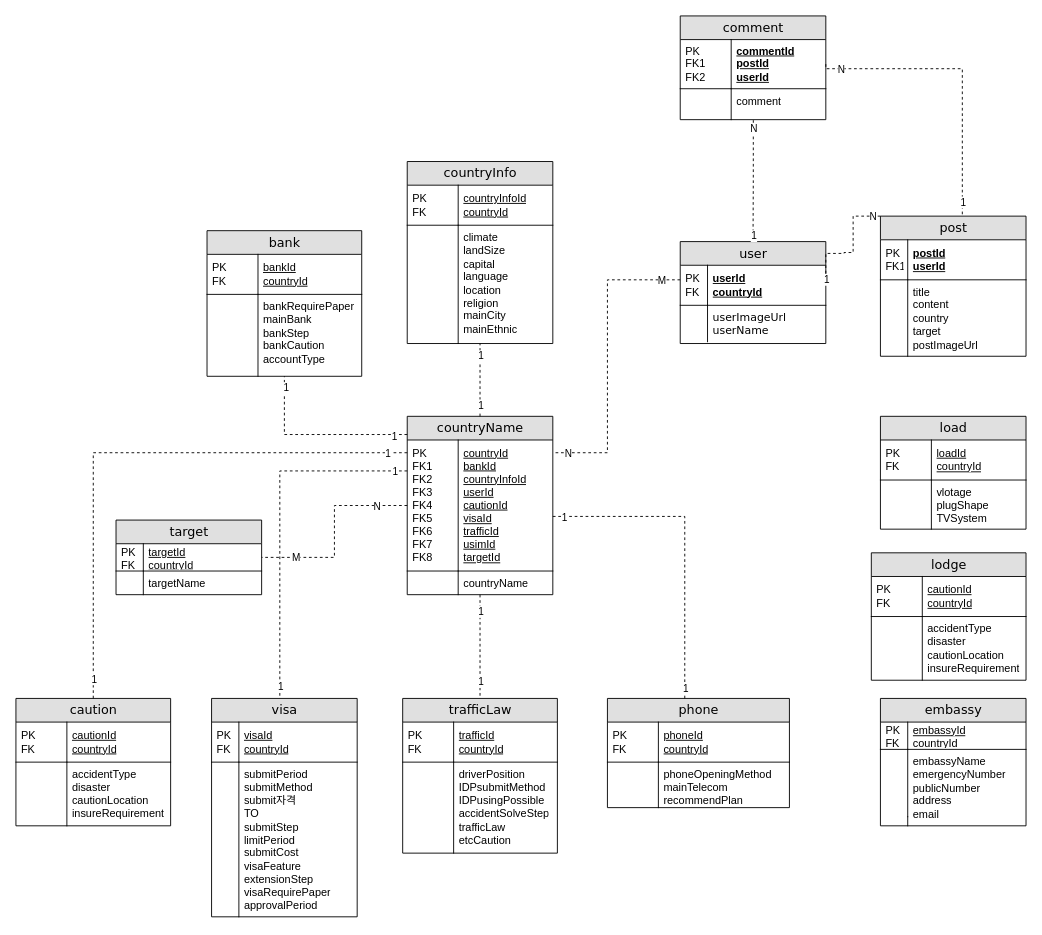
Earlier version of the draw.io diagram ERD.drawio (qwe1234k/finalProjectERD). Source tidied: cells renumbered, new cells numbered last; positions are measured from the earlier drawing's top-left corner, leaving out a move shared by most shapes. Both pictures are drawn from the tidied source at 91%, with x=0, y=0 at pixel (15, 15).
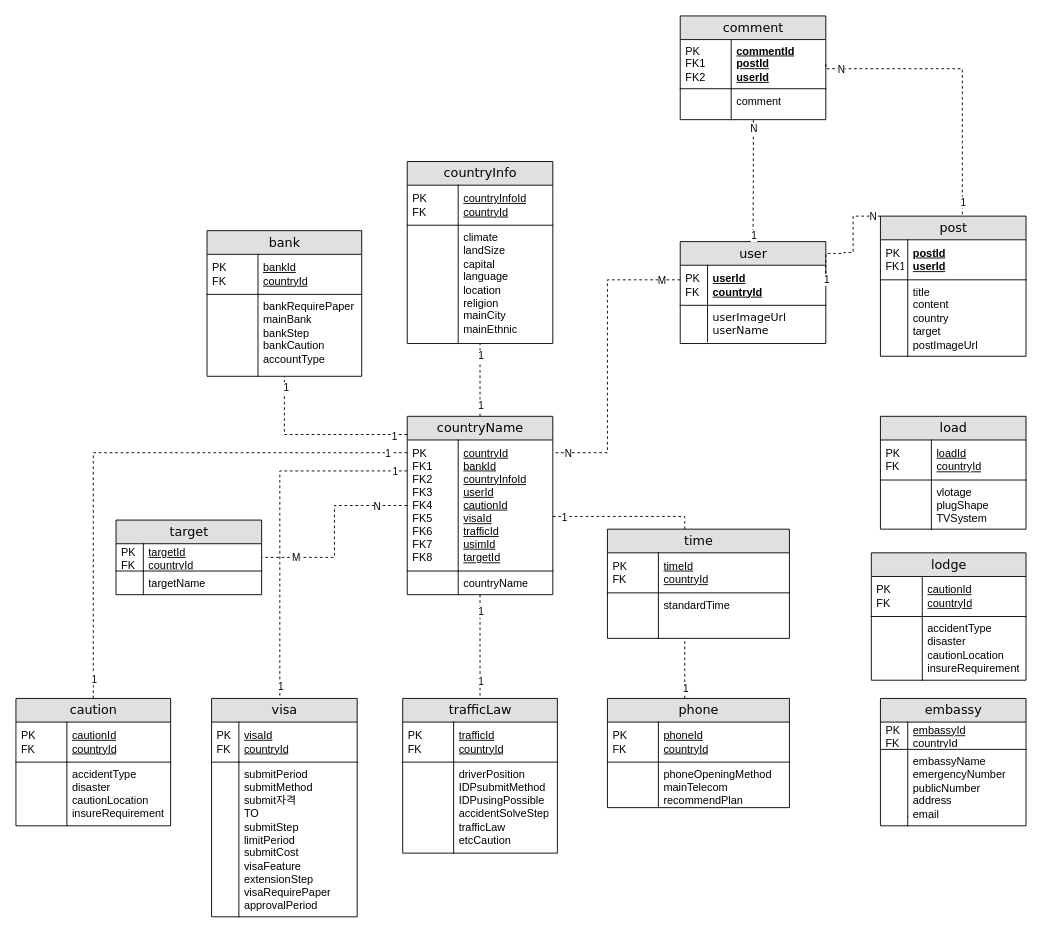
The same page after the edit.

Diff of the diagram source:
```diff
@@
+    <mxCell id="107" value="time" style="swimlane;html=1;fontStyle=0;horizontal=1;startSize=26;fillColor=#e0e0e0;swimlaneFillColor=#ffffff;align=center;rounded=0;shadow=0;comic=0;labelBackgroundColor=none;strokeWidth=1;fontFamily=Verdana;fontSize=14;" parent="1" vertex="1">
+      <mxGeometry x="650" y="564" width="200" height="120" as="geometry" />
+    </mxCell>
+    <mxCell id="108" value="&lt;span style=&quot;font-weight: 400&quot;&gt;timeId&lt;br&gt;countryId&lt;br&gt;&lt;/span&gt;" style="shape=partialRectangle;top=0;left=0;right=0;bottom=1;html=1;align=left;verticalAlign=middle;fillColor=none;spacingLeft=60;spacingRight=4;whiteSpace=wrap;overflow=hidden;fontStyle=5;" parent="107" vertex="1">
+      <mxGeometry y="26" width="200" height="44" as="geometry" />
+    </mxCell>
+    <mxCell id="109" value="&lt;span style=&quot;font-weight: normal&quot;&gt;PK&lt;br&gt;FK&lt;br&gt;&lt;/span&gt;" style="shape=partialRectangle;fontStyle=1;top=0;left=0;bottom=0;html=1;fillColor=none;align=left;verticalAlign=middle;spacingLeft=4;spacingRight=4;whiteSpace=wrap;overflow=hidden;" parent="108" vertex="1">
+      <mxGeometry width="56" height="44" as="geometry" />
+    </mxCell>
+    <mxCell id="110" value="standardTime" style="shape=partialRectangle;top=0;left=0;right=0;bottom=0;html=1;align=left;verticalAlign=top;fillColor=none;spacingLeft=60;spacingRight=4;whiteSpace=wrap;overflow=hidden;" parent="107" vertex="1">
+      <mxGeometry y="70" width="200" height="50" as="geometry" />
+    </mxCell>
+    <mxCell id="111" style="shape=partialRectangle;top=0;left=0;bottom=0;html=1;fillColor=none;align=left;verticalAlign=top;spacingLeft=4;spacingRight=4;whiteSpace=wrap;overflow=hidden;" parent="110" vertex="1">
+      <mxGeometry width="56" height="50" as="geometry" />
+    </mxCell>
```
